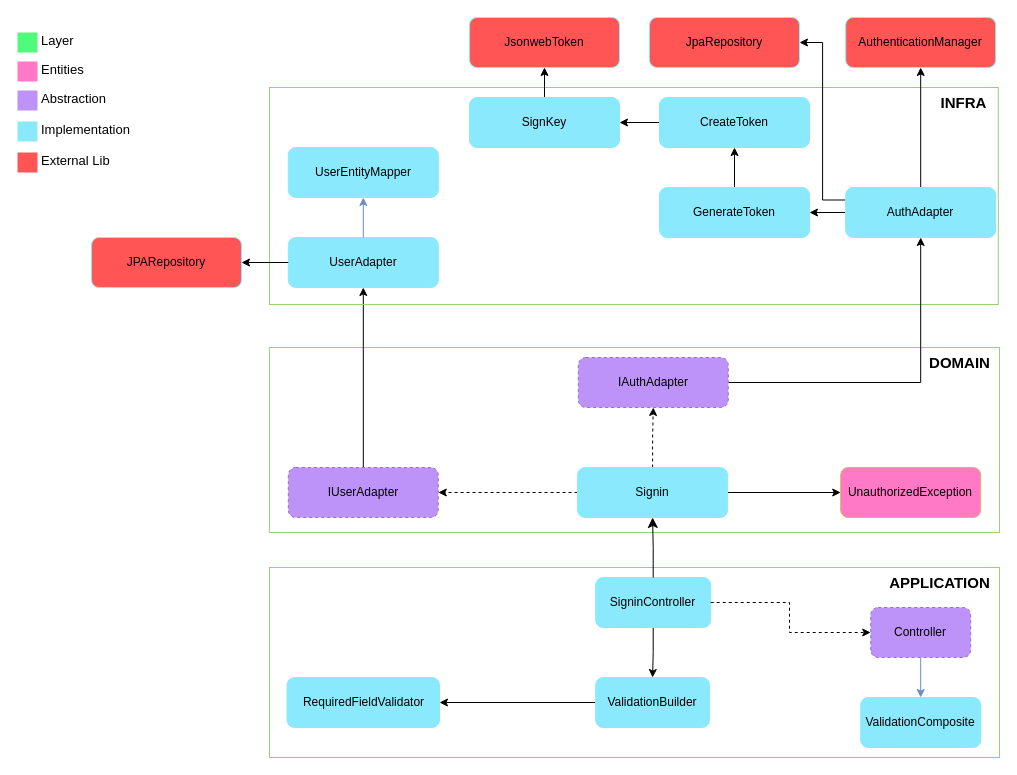
gervasioartur/walletwise-api keeps this draw.io diagram as docs/useCases/authentication/signin/signin.drawio. Above is the earlier version. Source tidied: cells renumbered, new cells numbered last; positions are measured from the earlier drawing's top-left corner, leaving out a move shared by most shapes. Both pictures are drawn from the tidied source at 100%, with x=0, y=0 at pixel (17, 17).
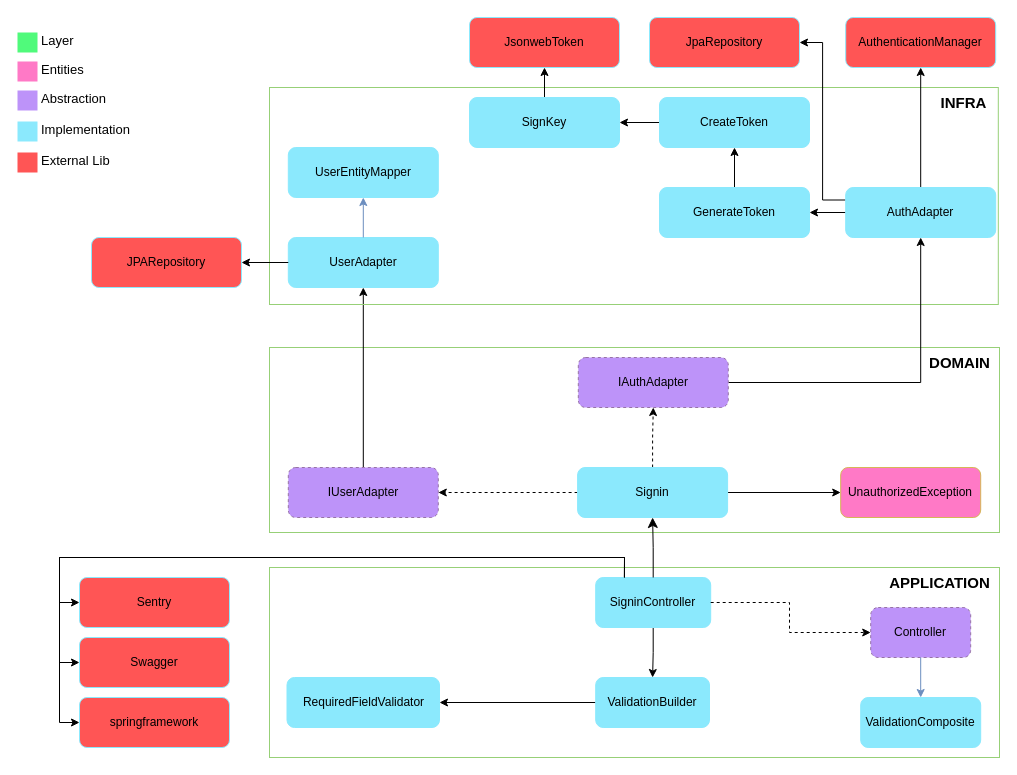
The same diagram, later.

Commit message (it also covers changes not shown here):
docs: add sentry dependency in dependency diagrams

Unchanged cells that the change refers to:
```xml
<mxCell id="6" value="SigninController" style="rounded=1;whiteSpace=wrap;html=1;strokeColor=#8BE9FD;fillColor=#8BE9FD;" parent="1" vertex="1">
  <mxGeometry x="578.2" y="560" width="115" height="50" as="geometry" />
</mxCell>
```

What changed in the source:
```diff
@@
+    <mxCell id="55" style="edgeStyle=orthogonalEdgeStyle;rounded=0;jettySize=auto;html=1;entryX=0;entryY=0.5;entryDx=0;entryDy=0;exitX=0.25;exitY=0;exitDx=0;exitDy=0;" parent="1" edge="1" source="6" target="56">
+      <mxGeometry relative="1" as="geometry" />
+    </mxCell>
@@
+    <mxCell id="56" value="Sentry" style="rounded=1;whiteSpace=wrap;html=1;strokeColor=#8BE9FD;fillColor=#FF5555;" parent="1" vertex="1">
+      <mxGeometry x="62" y="560" width="150" height="50" as="geometry" />
+    </mxCell>
+    <mxCell id="57" value="Swagger" style="rounded=1;whiteSpace=wrap;html=1;strokeColor=#8BE9FD;fillColor=#FF5555;" parent="1" vertex="1">
+      <mxGeometry x="62" y="620" width="150" height="50" as="geometry" />
+    </mxCell>
+    <mxCell id="58" value="springframework" style="rounded=1;whiteSpace=wrap;html=1;strokeColor=#8BE9FD;fillColor=#FF5555;" parent="1" vertex="1">
+      <mxGeometry x="62" y="680" width="150" height="50" as="geometry" />
+    </mxCell>
+    <mxCell id="59" style="edgeStyle=orthogonalEdgeStyle;rounded=0;jettySize=auto;html=1;entryX=0;entryY=0.5;entryDx=0;entryDy=0;exitX=0.25;exitY=0;exitDx=0;exitDy=0;" parent="1" edge="1" source="6" target="57">
+      <mxGeometry relative="1" as="geometry" />
+    </mxCell>
+    <mxCell id="60" style="edgeStyle=orthogonalEdgeStyle;rounded=0;jettySize=auto;html=1;exitX=0.25;exitY=0;exitDx=0;exitDy=0;entryX=0;entryY=0.5;entryDx=0;entryDy=0;" parent="1" edge="1" source="6" target="58">
+      <mxGeometry relative="1" as="geometry" />
+    </mxCell>
```
